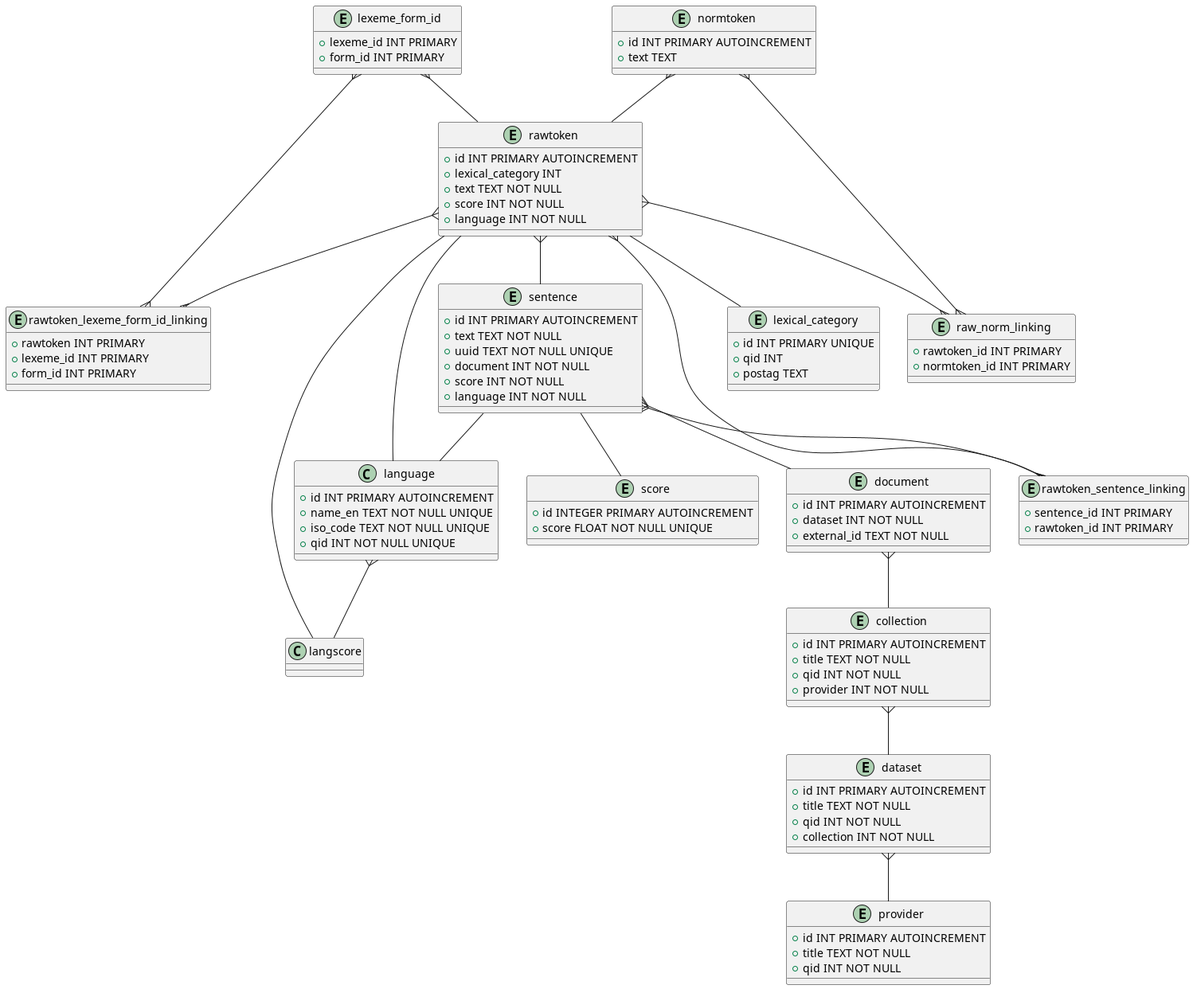
This is diagrams/datamodel.png from dpriskorn/riksdagen_sentences, a PlantUML export, as it was before one commit.
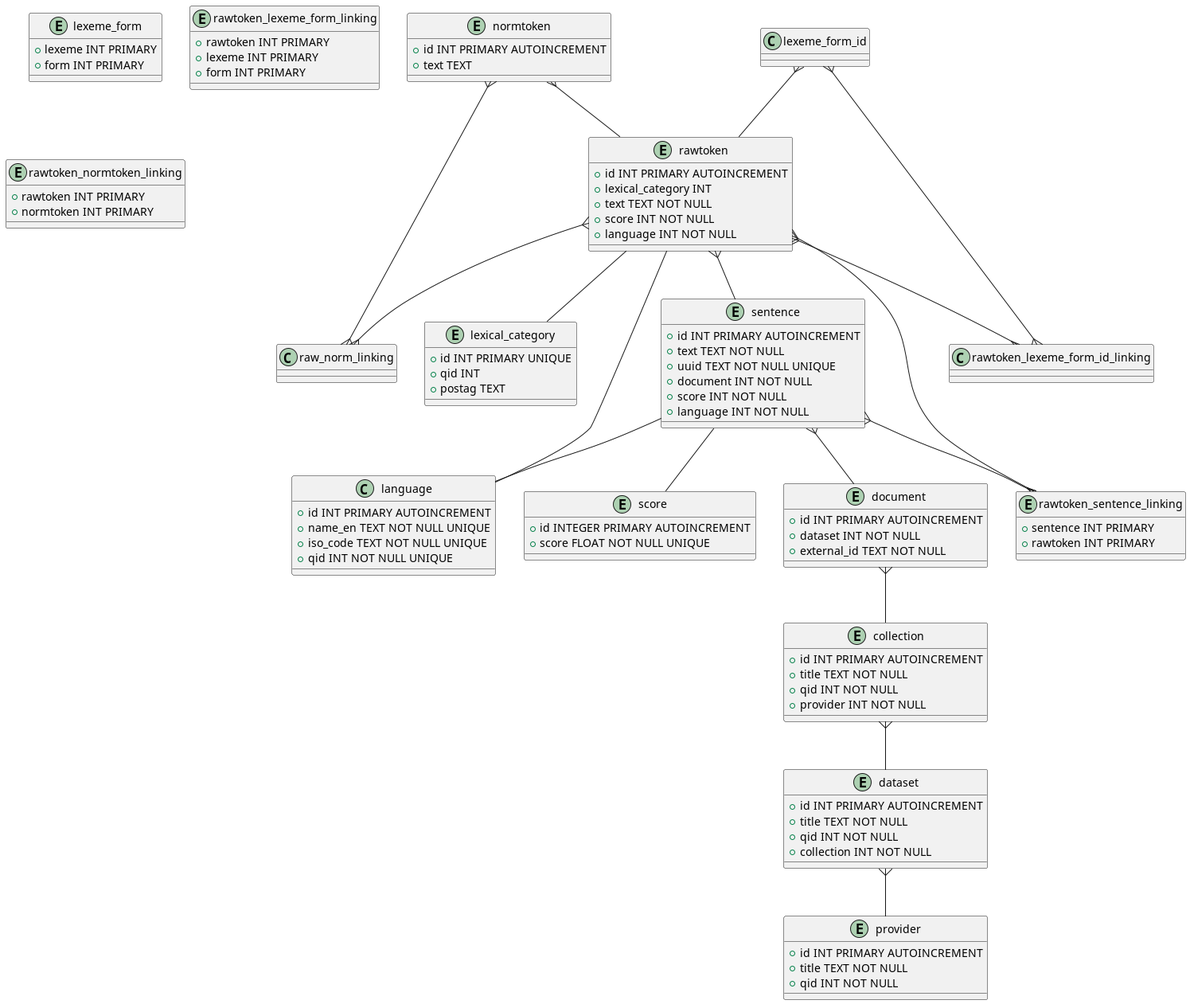
Later version of the same file.

Change to the diagram source:
```diff
@@ -47,19 +47,19 @@
 }
 
 entity rawtoken_sentence_linking {
-    + sentence_id INT PRIMARY
-    + rawtoken_id INT PRIMARY
+    + sentence INT PRIMARY
+    + rawtoken INT PRIMARY
 }
 
-entity lexeme_form_id {
-    + lexeme_id INT PRIMARY
-    + form_id INT PRIMARY
+entity lexeme_form {
+    + lexeme INT PRIMARY
+    + form INT PRIMARY
 }
 
-entity rawtoken_lexeme_form_id_linking {
+entity rawtoken_lexeme_form_linking {
     + rawtoken INT PRIMARY
-    + lexeme_id INT PRIMARY
-    + form_id INT PRIMARY
+    + lexeme INT PRIMARY
+    + form INT PRIMARY
 }
 
 entity rawtoken {
@@ -80,9 +80,9 @@
     + text TEXT
 }
 
-entity raw_norm_linking {
-    + rawtoken_id INT PRIMARY
-    + normtoken_id INT PRIMARY
+entity rawtoken_normtoken_linking {
+    + rawtoken INT PRIMARY
+    + normtoken INT PRIMARY
 }
 
 
@@ -93,12 +93,10 @@
 document }-- collection
 collection }-- dataset
 dataset }-- provider
-language }-- langscore
 
 sentence -- score
 sentence -- language
 rawtoken -- lexical_category
-rawtoken -- langscore
 rawtoken -- language
 
 rawtoken }--{ raw_norm_linking
```
